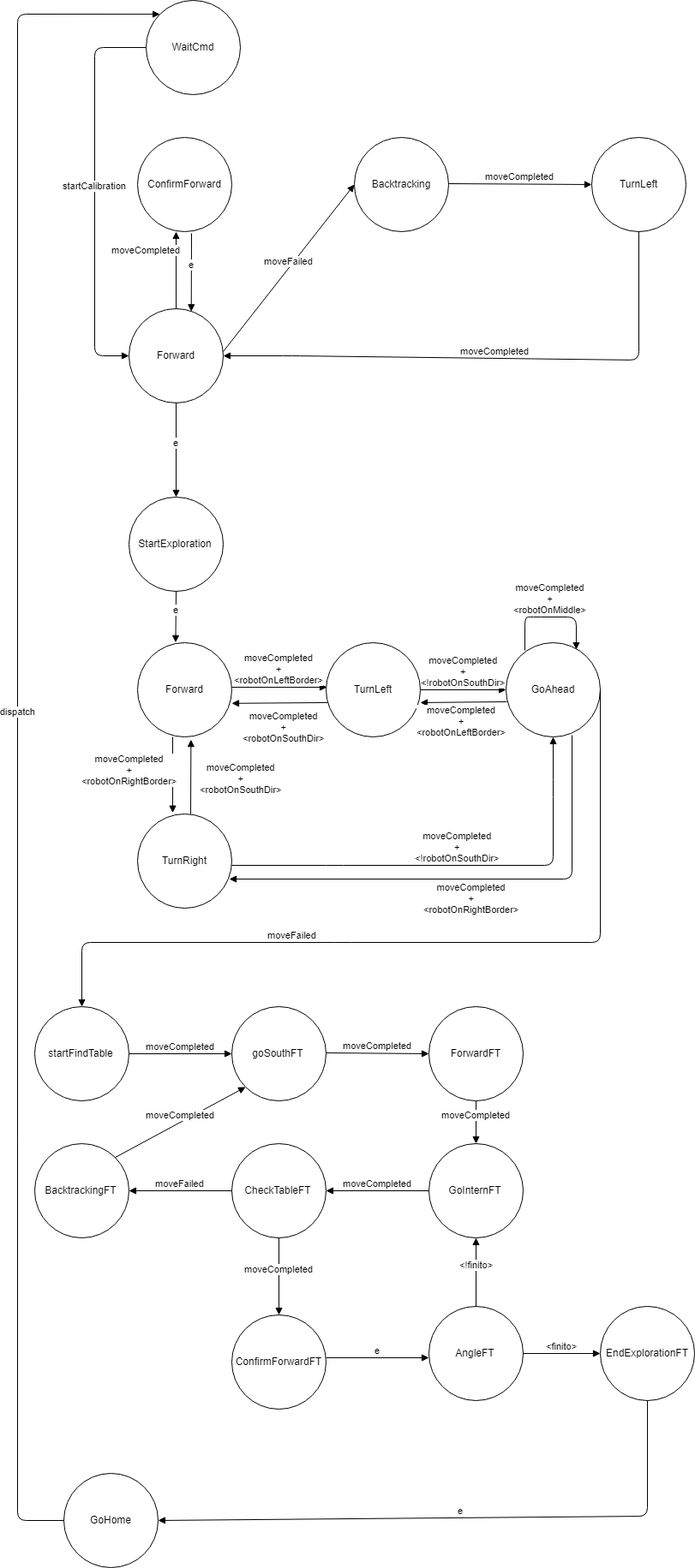
Earlier version of the draw.io export Docs/sprint2/CalibrationBehaviour.png (xAlessandroC/iss2019TemaFinale). Source tidied: cells renumbered, new cells last; positions are measured from the earlier drawing's top-left corner, leaving out a move shared by most shapes.
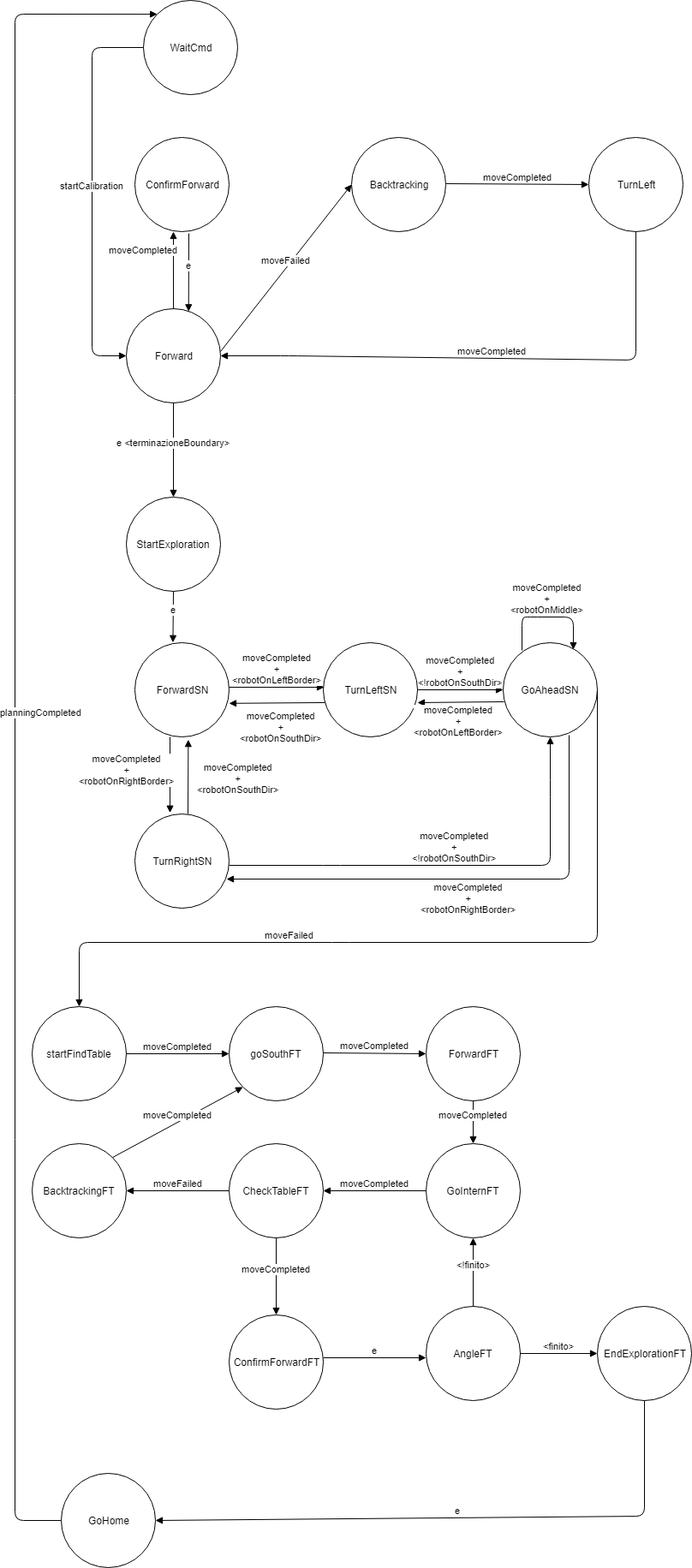
The same diagram one commit later.

What changed in the source:
```diff
@@ -38,16 +38,16 @@
     <mxCell id="10" value="e" style="html=1;verticalAlign=bottom;endArrow=block;exitX=0.573;exitY=1.018;exitDx=0;exitDy=0;exitPerimeter=0;entryX=0.661;entryY=0.03;entryDx=0;entryDy=0;entryPerimeter=0;" parent="1" edge="1" source="8" target="2">
       <mxGeometry relative="1" as="geometry" />
     </mxCell>
-    <mxCell id="11" value="Forward" style="ellipse;whiteSpace=wrap;html=1;" parent="1" vertex="1">
+    <mxCell id="11" value="ForwardSN" style="ellipse;whiteSpace=wrap;html=1;" parent="1" vertex="1">
       <mxGeometry x="140" y="750" width="110" height="110" as="geometry" />
     </mxCell>
-    <mxCell id="12" value="TurnLeft" style="ellipse;whiteSpace=wrap;html=1;" parent="1" vertex="1">
+    <mxCell id="12" value="TurnLeftSN" style="ellipse;whiteSpace=wrap;html=1;" parent="1" vertex="1">
       <mxGeometry x="360" y="750" width="110" height="110" as="geometry" />
     </mxCell>
-    <mxCell id="13" value="GoAhead" style="ellipse;whiteSpace=wrap;html=1;" parent="1" vertex="1">
+    <mxCell id="13" value="GoAheadSN" style="ellipse;whiteSpace=wrap;html=1;" parent="1" vertex="1">
       <mxGeometry x="570" y="750" width="110" height="110" as="geometry" />
     </mxCell>
-    <mxCell id="14" value="TurnRight" style="ellipse;whiteSpace=wrap;html=1;" parent="1" vertex="1">
+    <mxCell id="14" value="TurnRightSN" style="ellipse;whiteSpace=wrap;html=1;" parent="1" vertex="1">
       <mxGeometry x="140" y="950" width="110" height="110" as="geometry" />
     </mxCell>
     <mxCell id="15" value="moveCompleted&lt;br&gt;+&lt;br&gt;&amp;lt;robotOnLeftBorder&amp;gt;" style="html=1;verticalAlign=bottom;endArrow=block;" parent="1" edge="1">
@@ -107,7 +107,7 @@
     <mxCell id="24" value="StartExploration" style="ellipse;whiteSpace=wrap;html=1;" parent="1" vertex="1">
       <mxGeometry x="130" y="580" width="110" height="110" as="geometry" />
     </mxCell>
-    <mxCell id="25" value="e" style="html=1;verticalAlign=bottom;endArrow=block;exitX=0.5;exitY=1;exitDx=0;exitDy=0;entryX=0.5;entryY=0;entryDx=0;entryDy=0;" parent="1" edge="1" source="2" target="24">
+    <mxCell id="25" value="e &amp;lt;terminazioneBoundary&amp;gt;" style="html=1;verticalAlign=bottom;endArrow=block;exitX=0.5;exitY=1;exitDx=0;exitDy=0;entryX=0.5;entryY=0;entryDx=0;entryDy=0;" parent="1" edge="1" source="2" target="24">
       <mxGeometry relative="1" as="geometry" />
     </mxCell>
     <mxCell id="26" value="e" style="html=1;verticalAlign=bottom;endArrow=block;exitX=0.5;exitY=1;exitDx=0;exitDy=0;entryX=0.404;entryY=-0.002;entryDx=0;entryDy=0;entryPerimeter=0;" parent="1" edge="1" source="24" target="11">
@@ -208,8 +208,8 @@
         </Array>
       </mxGeometry>
     </mxCell>
-    <mxCell id="51" value="dispatch" style="html=1;verticalAlign=bottom;endArrow=block;exitX=0;exitY=0.5;exitDx=0;exitDy=0;entryX=0;entryY=0;entryDx=0;entryDy=0;" parent="1" edge="1" source="47" target="49">
-      <mxGeometry relative="1" as="geometry">
+    <mxCell id="51" value="planningCompleted" style="html=1;verticalAlign=bottom;endArrow=block;exitX=0;exitY=0.5;exitDx=0;exitDy=0;entryX=0;entryY=0;entryDx=0;entryDy=0;" parent="1" edge="1" source="47" target="49">
+      <mxGeometry y="-30" relative="1" as="geometry">
         <Array as="points">
           <mxPoint y="1775" />
           <mxPoint y="16" />
```
